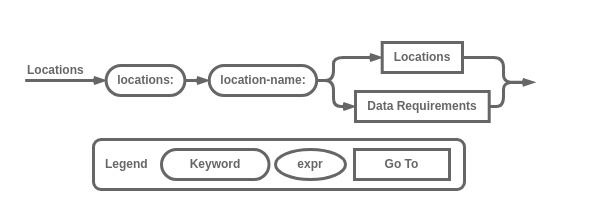
Before: 3. Proyecto/metamodel/Railroad Locations Alt.drawio in MrDahaniel/StarDuck, a draw.io diagram. Source tidied: cells renumbered, new cells numbered last; positions are measured from the earlier drawing's top-left corner, leaving out a move shared by most shapes. Both pictures are drawn from the tidied source at 100%, with x=0, y=0 at pixel (25, 42).
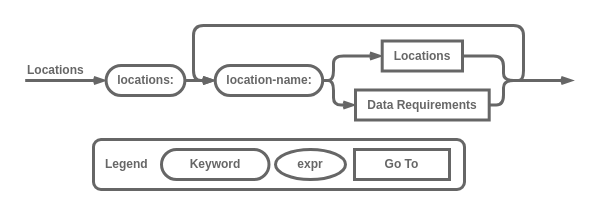
Above is the later version.

What changed in the source:
```diff
@@
-    <mxCell id="2" style="group;" parent="1" vertex="1">
-      <mxGeometry x="-0.3" width="510.3" height="147" as="geometry" />
-    </mxCell>
-    <mxCell id="3" style="edgeStyle=orthogonalEdgeStyle;shape=connector;curved=0;rounded=0;jettySize=auto;html=1;exitX=0;exitY=0.5;exitDx=0;exitDy=0;labelBackgroundColor=default;strokeColor=#666666;strokeWidth=3;align=center;verticalAlign=middle;fontFamily=Helvetica;fontSize=11;fontColor=default;endArrow=none;endFill=0;startArrow=openThin;startFill=0;" parent="2" edge="1" source="4">
+    <mxCell id="3" style="edgeStyle=orthogonalEdgeStyle;shape=connector;curved=0;rounded=0;jettySize=auto;html=1;exitX=0;exitY=0.5;exitDx=0;exitDy=0;labelBackgroundColor=default;strokeColor=#666666;strokeWidth=3;align=center;verticalAlign=middle;fontFamily=Helvetica;fontSize=11;fontColor=default;endArrow=none;endFill=0;startArrow=openThin;startFill=0;" parent="1" edge="1" source="4">
       <mxGeometry relative="1" as="geometry">
-        <mxPoint y="38" as="targetPoint" />
+        <mxPoint x="-0.3" y="38" as="targetPoint" />
       </mxGeometry>
     </mxCell>
-    <mxCell id="4" value="&lt;b style=&quot;border-color: var(--border-color);&quot;&gt;&lt;font style=&quot;border-color: var(--border-color);&quot; color=&quot;#666666&quot;&gt;locations:&lt;/font&gt;&lt;/b&gt;" style="rounded=1;whiteSpace=wrap;html=1;strokeColor=#666666;fontFamily=Helvetica;fontSize=12;fontColor=#143642;fillColor=#ffffff;arcSize=50;fontStyle=0;shadow=0;labelBackgroundColor=none;align=center;verticalAlign=middle;strokeWidth=3;" parent="2" vertex="1">
-      <mxGeometry x="80.9" y="23" width="78.8" height="30" as="geometry" />
+    <mxCell id="4" value="&lt;b style=&quot;border-color: var(--border-color);&quot;&gt;&lt;font style=&quot;border-color: var(--border-color);&quot; color=&quot;#666666&quot;&gt;locations:&lt;/font&gt;&lt;/b&gt;" style="rounded=1;whiteSpace=wrap;html=1;strokeColor=#666666;fontFamily=Helvetica;fontSize=12;fontColor=#143642;fillColor=#ffffff;arcSize=50;fontStyle=0;shadow=0;labelBackgroundColor=none;align=center;verticalAlign=middle;strokeWidth=3;" parent="1" vertex="1">
+      <mxGeometry x="80.6" y="23" width="78.8" height="30" as="geometry" />
     </mxCell>
-    <mxCell id="5" value="&lt;font size=&quot;1&quot; color=&quot;#666666&quot;&gt;&lt;b style=&quot;font-size: 12px;&quot;&gt;Locations&lt;/b&gt;&lt;/font&gt;" style="text;html=1;strokeColor=none;fillColor=none;align=left;verticalAlign=middle;whiteSpace=wrap;rounded=0;fontSize=11;fontFamily=Helvetica;fontColor=#333333;" parent="2" vertex="1">
-      <mxGeometry x="0.7" y="13" width="60" height="30" as="geometry" />
+    <mxCell id="5" value="&lt;font size=&quot;1&quot; color=&quot;#666666&quot;&gt;&lt;b style=&quot;font-size: 12px;&quot;&gt;Locations&lt;/b&gt;&lt;/font&gt;" style="text;html=1;strokeColor=none;fillColor=none;align=left;verticalAlign=middle;whiteSpace=wrap;rounded=0;fontSize=11;fontFamily=Helvetica;fontColor=#333333;" parent="1" vertex="1">
+      <mxGeometry x="0.4" y="13" width="60" height="30" as="geometry" />
     </mxCell>
-    <mxCell id="6" style="group;" parent="2" vertex="1">
-      <mxGeometry x="68.3" y="97" width="371" height="50" as="geometry" />
+    <mxCell id="6" style="group;" parent="1" vertex="1">
+      <mxGeometry x="68" y="97" width="371" height="50" as="geometry" />
     </mxCell>
@@
-    <mxCell id="11" style="edgeStyle=orthogonalEdgeStyle;shape=connector;curved=0;rounded=1;jettySize=auto;html=1;exitX=1;exitY=0.5;exitDx=0;exitDy=0;labelBackgroundColor=default;strokeColor=#666666;strokeWidth=3;align=center;verticalAlign=middle;fontFamily=Helvetica;fontSize=11;fontColor=default;startArrow=none;startFill=0;endArrow=none;endFill=0;" parent="2" edge="1" source="12">
+    <mxCell id="11" style="edgeStyle=orthogonalEdgeStyle;shape=connector;curved=0;rounded=1;jettySize=auto;html=1;exitX=1;exitY=0.5;exitDx=0;exitDy=0;labelBackgroundColor=default;strokeColor=#666666;strokeWidth=3;align=center;verticalAlign=middle;fontFamily=Helvetica;fontSize=11;fontColor=default;startArrow=none;startFill=0;endArrow=none;endFill=0;" parent="1" edge="1" source="12">
       <mxGeometry relative="1" as="geometry">
-        <mxPoint x="498.3" y="40" as="targetPoint" />
+        <mxPoint x="518" y="38" as="targetPoint" />
         <Array as="points">
-          <mxPoint x="478.3" y="15" />
-          <mxPoint x="478.3" y="40" />
+          <mxPoint x="478" y="14" />
+          <mxPoint x="478" y="38" />
         </Array>
       </mxGeometry>
     </mxCell>
-    <mxCell id="12" value="&lt;b style=&quot;border-color: var(--border-color); color: rgb(51, 51, 51);&quot;&gt;&lt;font style=&quot;border-color: var(--border-color);&quot; color=&quot;#666666&quot;&gt;Locations&lt;/font&gt;&lt;/b&gt;" style="rounded=1;whiteSpace=wrap;html=1;strokeColor=#666666;fontFamily=Helvetica;fontSize=12;fontColor=#143642;fillColor=#FFFFFF;arcSize=0;fontStyle=0;shadow=0;labelBackgroundColor=none;strokeWidth=3;" parent="2" vertex="1">
-      <mxGeometry x="357" width="80.3" height="30" as="geometry" />
-    </mxCell>
-    <mxCell id="13" style="edgeStyle=orthogonalEdgeStyle;shape=connector;curved=0;rounded=1;jettySize=auto;html=1;exitX=1;exitY=0.5;exitDx=0;exitDy=0;entryX=0;entryY=0.5;entryDx=0;entryDy=0;labelBackgroundColor=default;strokeColor=#666666;strokeWidth=3;align=center;verticalAlign=middle;fontFamily=Helvetica;fontSize=11;fontColor=default;startArrow=none;startFill=0;endArrow=openThin;endFill=0;" parent="2" edge="1" source="14" target="12">
+    <mxCell id="13" style="edgeStyle=orthogonalEdgeStyle;shape=connector;curved=0;rounded=1;jettySize=auto;html=1;exitX=1;exitY=0.5;exitDx=0;exitDy=0;entryX=0;entryY=0.5;entryDx=0;entryDy=0;labelBackgroundColor=default;strokeColor=#666666;strokeWidth=3;align=center;verticalAlign=middle;fontFamily=Helvetica;fontSize=11;fontColor=default;startArrow=none;startFill=0;endArrow=openThin;endFill=0;" parent="1" edge="1" source="14" target="12">
       <mxGeometry relative="1" as="geometry">
         <Array as="points">
-          <mxPoint x="308.3" y="38" />
-          <mxPoint x="308.3" y="15" />
+          <mxPoint x="308" y="38" />
+          <mxPoint x="308" y="13" />
+          <mxPoint x="357" y="13" />
         </Array>
       </mxGeometry>
     </mxCell>
-    <mxCell id="14" value="&lt;p&gt;&lt;font color=&quot;#666666&quot;&gt;&lt;b&gt;location-name:&lt;/b&gt;&lt;/font&gt;&lt;/p&gt;" style="rounded=1;whiteSpace=wrap;html=1;arcSize=50;fontStyle=0;fillColor=#ffffff;strokeColor=#666666;labelBackgroundColor=none;fontColor=#143642;strokeWidth=3;" parent="2" vertex="1">
-      <mxGeometry x="184" y="23" width="107.5" height="30" as="geometry" />
+    <mxCell id="14" value="&lt;p&gt;&lt;font color=&quot;#666666&quot;&gt;&lt;b&gt;location-name:&lt;/b&gt;&lt;/font&gt;&lt;/p&gt;" style="rounded=1;whiteSpace=wrap;html=1;arcSize=50;fontStyle=0;fillColor=#ffffff;strokeColor=#666666;labelBackgroundColor=none;fontColor=#143642;strokeWidth=3;" parent="1" vertex="1">
+      <mxGeometry x="189.7" y="23" width="107.5" height="30" as="geometry" />
     </mxCell>
-    <mxCell id="15" style="edgeStyle=orthogonalEdgeStyle;shape=connector;curved=0;rounded=0;jettySize=auto;html=1;labelBackgroundColor=default;strokeColor=#666666;strokeWidth=3;align=center;verticalAlign=middle;fontFamily=Helvetica;fontSize=11;fontColor=default;startArrow=none;startFill=0;endArrow=openThin;endFill=0;" parent="2" edge="1" source="4" target="14">
+    <mxCell id="15" style="edgeStyle=orthogonalEdgeStyle;shape=connector;curved=0;rounded=0;jettySize=auto;html=1;labelBackgroundColor=default;strokeColor=#666666;strokeWidth=3;align=center;verticalAlign=middle;fontFamily=Helvetica;fontSize=11;fontColor=default;startArrow=none;startFill=0;endArrow=openThin;endFill=0;" parent="1" edge="1" source="4" target="14">
       <mxGeometry relative="1" as="geometry">
         <Array as="points">
-          <mxPoint x="168.3" y="38" />
-          <mxPoint x="168.3" y="38" />
+          <mxPoint x="168" y="38" />
+          <mxPoint x="168" y="38" />
         </Array>
       </mxGeometry>
     </mxCell>
-    <mxCell id="16" style="edgeStyle=orthogonalEdgeStyle;shape=connector;curved=0;rounded=1;jettySize=auto;html=1;exitX=1;exitY=0.5;exitDx=0;exitDy=0;labelBackgroundColor=default;strokeColor=#666666;strokeWidth=3;align=center;verticalAlign=middle;fontFamily=Helvetica;fontSize=11;fontColor=default;startArrow=none;startFill=0;endArrow=openThin;endFill=0;entryX=-0.004;entryY=0.719;entryDx=0;entryDy=0;entryPerimeter=0;" parent="2" edge="1" source="17">
+    <mxCell id="16" style="edgeStyle=orthogonalEdgeStyle;shape=connector;curved=0;rounded=1;jettySize=auto;html=1;exitX=1;exitY=0.5;exitDx=0;exitDy=0;labelBackgroundColor=default;strokeColor=#666666;strokeWidth=3;align=center;verticalAlign=middle;fontFamily=Helvetica;fontSize=11;fontColor=default;startArrow=none;startFill=0;endArrow=openThin;endFill=0;" parent="1" edge="1" source="17">
       <mxGeometry relative="1" as="geometry">
-        <mxPoint x="509.8" y="39.8" as="targetPoint" />
+        <mxPoint x="548" y="38" as="targetPoint" />
         <Array as="points">
-          <mxPoint x="478.3" y="64" />
-          <mxPoint x="478.3" y="40" />
-          <mxPoint x="510.3" y="40" />
+          <mxPoint x="478" y="63" />
+          <mxPoint x="478" y="38" />
         </Array>
       </mxGeometry>
     </mxCell>
+    <mxCell id="18" style="edgeStyle=orthogonalEdgeStyle;shape=connector;curved=0;rounded=1;jettySize=auto;html=1;exitX=1;exitY=0.5;exitDx=0;exitDy=0;entryX=0;entryY=0.5;entryDx=0;entryDy=0;labelBackgroundColor=default;strokeColor=#666666;strokeWidth=3;align=center;verticalAlign=middle;fontFamily=Helvetica;fontSize=11;fontColor=default;startArrow=none;startFill=0;endArrow=openThin;endFill=0;" parent="1" edge="1" source="14" target="17">
+      <mxGeometry relative="1" as="geometry">
+        <Array as="points">
+          <mxPoint x="308" y="38" />
+          <mxPoint x="308" y="63" />
+          <mxPoint x="330" y="63" />
+        </Array>
+      </mxGeometry>
+    </mxCell>
+    <mxCell id="19" style="group;" parent="1" vertex="1">
+      <mxGeometry x="330" y="-1.5" width="133.7" height="79" as="geometry" />
+    </mxCell>
+    <mxCell id="12" value="&lt;b style=&quot;border-color: var(--border-color); color: rgb(51, 51, 51);&quot;&gt;&lt;font style=&quot;border-color: var(--border-color);&quot; color=&quot;#666666&quot;&gt;Locations&lt;/font&gt;&lt;/b&gt;" style="rounded=1;whiteSpace=wrap;html=1;strokeColor=#666666;fontFamily=Helvetica;fontSize=12;fontColor=#143642;fillColor=#FFFFFF;arcSize=0;fontStyle=0;shadow=0;labelBackgroundColor=none;strokeWidth=3;" parent="19" vertex="1">
+      <mxGeometry x="26.7" width="80.3" height="30" as="geometry" />
+    </mxCell>
-    <mxCell id="17" value="&lt;b style=&quot;border-color: var(--border-color); color: rgb(51, 51, 51);&quot;&gt;&lt;font style=&quot;border-color: var(--border-color);&quot; color=&quot;#666666&quot;&gt;Data Requirements&lt;/font&gt;&lt;/b&gt;" style="rounded=1;whiteSpace=wrap;html=1;strokeColor=#666666;fontFamily=Helvetica;fontSize=12;fontColor=#143642;fillColor=#FFFFFF;arcSize=0;fontStyle=0;shadow=0;labelBackgroundColor=none;strokeWidth=3;" parent="2" vertex="1">
-      <mxGeometry x="330.3" y="49" width="133.7" height="30" as="geometry" />
+    <mxCell id="17" value="&lt;b style=&quot;border-color: var(--border-color); color: rgb(51, 51, 51);&quot;&gt;&lt;font style=&quot;border-color: var(--border-color);&quot; color=&quot;#666666&quot;&gt;Data Requirements&lt;/font&gt;&lt;/b&gt;" style="rounded=1;whiteSpace=wrap;html=1;strokeColor=#666666;fontFamily=Helvetica;fontSize=12;fontColor=#143642;fillColor=#FFFFFF;arcSize=0;fontStyle=0;shadow=0;labelBackgroundColor=none;strokeWidth=3;" parent="19" vertex="1">
+      <mxGeometry y="49" width="133.7" height="30" as="geometry" />
     </mxCell>
-    <mxCell id="18" style="edgeStyle=orthogonalEdgeStyle;shape=connector;curved=0;rounded=1;jettySize=auto;html=1;exitX=1;exitY=0.5;exitDx=0;exitDy=0;entryX=0;entryY=0.5;entryDx=0;entryDy=0;labelBackgroundColor=default;strokeColor=#666666;strokeWidth=3;align=center;verticalAlign=middle;fontFamily=Helvetica;fontSize=11;fontColor=default;startArrow=none;startFill=0;endArrow=openThin;endFill=0;" parent="2" edge="1" source="14" target="17">
-      <mxGeometry relative="1" as="geometry">
-        <Array as="points">
-          <mxPoint x="308.3" y="38" />
-          <mxPoint x="308.3" y="64" />
-        </Array>
-      </mxGeometry>
-    </mxCell>
+    <mxCell id="20" style="edgeStyle=orthogonalEdgeStyle;shape=connector;curved=0;rounded=1;jettySize=auto;html=1;entryX=0;entryY=0.5;entryDx=0;entryDy=0;labelBackgroundColor=default;strokeColor=#666666;strokeWidth=3;fontFamily=Helvetica;fontSize=11;fontColor=default;startArrow=none;startFill=0;endArrow=openThin;endFill=0;" parent="1" edge="1" target="14">
+      <mxGeometry relative="1" as="geometry">
+        <mxPoint x="488" y="38" as="sourcePoint" />
+        <Array as="points">
+          <mxPoint x="498" y="38" />
+          <mxPoint x="498" y="-17" />
+          <mxPoint x="168" y="-17" />
+          <mxPoint x="168" y="38" />
+        </Array>
+      </mxGeometry>
+    </mxCell>
```
